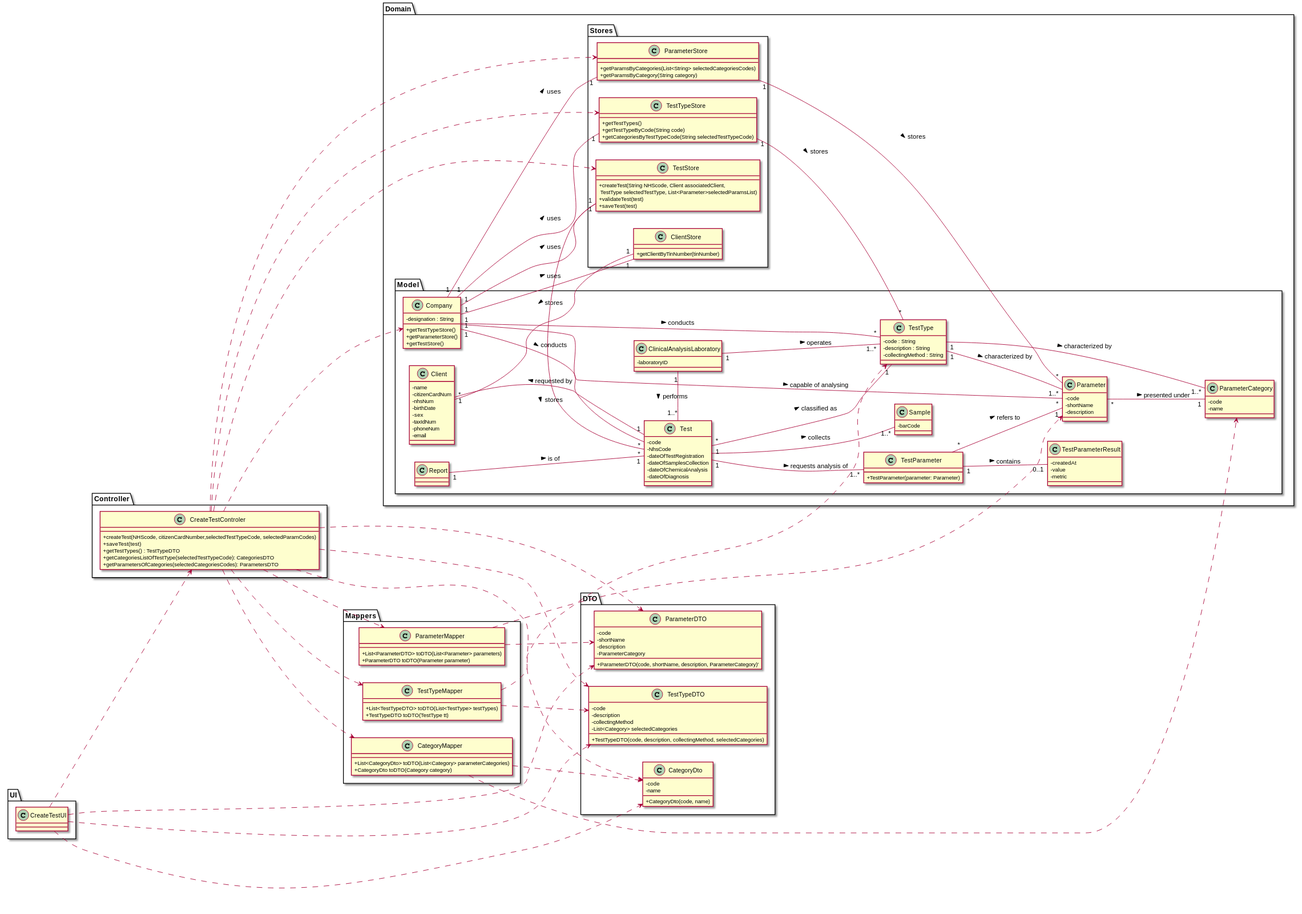
The PlantUML diagram docs/SprintC/US_4/US4_CD.svg in ana-albergaria/LAPR2-ISEP, before a commit.
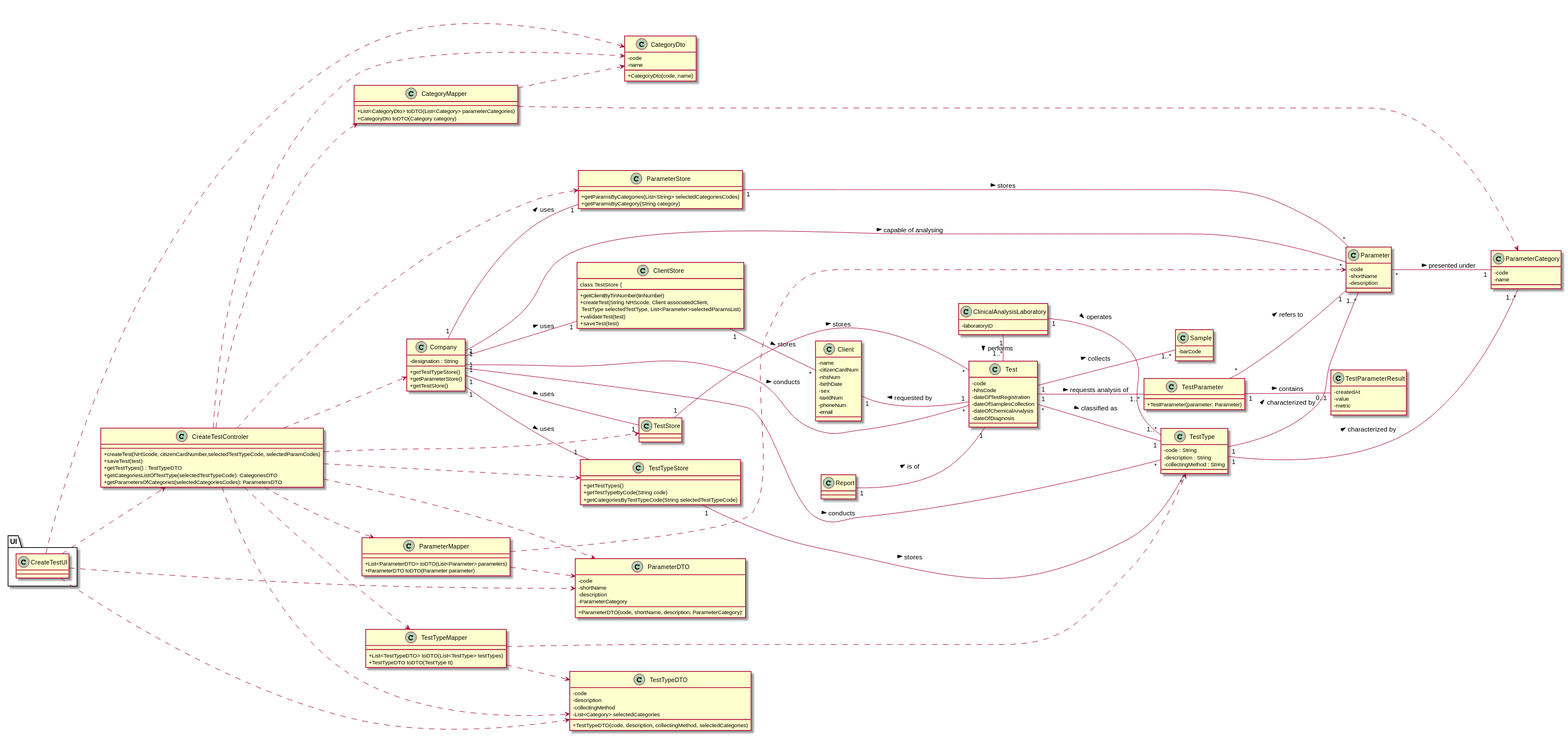
After the commit.

Diff of the diagram source:
```diff
@@ -1,7 +1,6 @@
 @startuml
 skinparam classAttributeIconSize 0
 left to right direction
-
 
 package UI <<Folder>> {
   class CreateTestUI{
@@ -9,8 +8,6 @@
 }
 
 
-package Domain <<Folder>> {
-    package Model <<Folder>> {
         class Report{}
 
         class ClinicalAnalysisLaboratory{
@@ -72,8 +69,6 @@
         - email
         }
 
-    }
-    package Stores <<Folder>> {
         class ParameterStore {
             +getParamsByCategories(List<String> selectedCategoriesCodes)
             +getParamsByCategory(String category)
@@ -87,7 +82,6 @@
 
     class ClientStore {
        +getClientByTinNumber(tinNumber)
-    }
 
 
         class TestStore {
@@ -96,10 +90,7 @@
             +saveTest(test)
         }
 
-    }
-}
 
-package Controller <<Folder>>{
     class CreateTestControler{
     +createTest(NHScode, citizenCardNumber,selectedTestTypeCode, selectedParamCodes)
     +saveTest(test)
@@ -107,9 +98,7 @@
     +getCategoriesListOfTestType(selectedTestTypeCode): CategoriesDTO
     +getParametersOfCategories(selectedCategoriesCodes): ParametersDTO
     }
-}
 
-package DTO <<Folder>>{
     class TestTypeDTO {
     -code
     -description
@@ -132,9 +121,7 @@
     +ParameterDTO(code, shortName, description, ParameterCategory)'
     }
 
-}
 
-package Mappers <<Folder>>{
     class TestTypeMapper {
         +List<TestTypeDTO> toDTO(List<TestType> testTypes)
         +TestTypeDTO toDTO(TestType tt)
@@ -148,7 +135,6 @@
         +ParameterDTO toDTO(Parameter parameter)
     }
 
-}
 
 Client -[hidden]-|> Test
 CreateTestControler -[hidden]-|> Test
```
